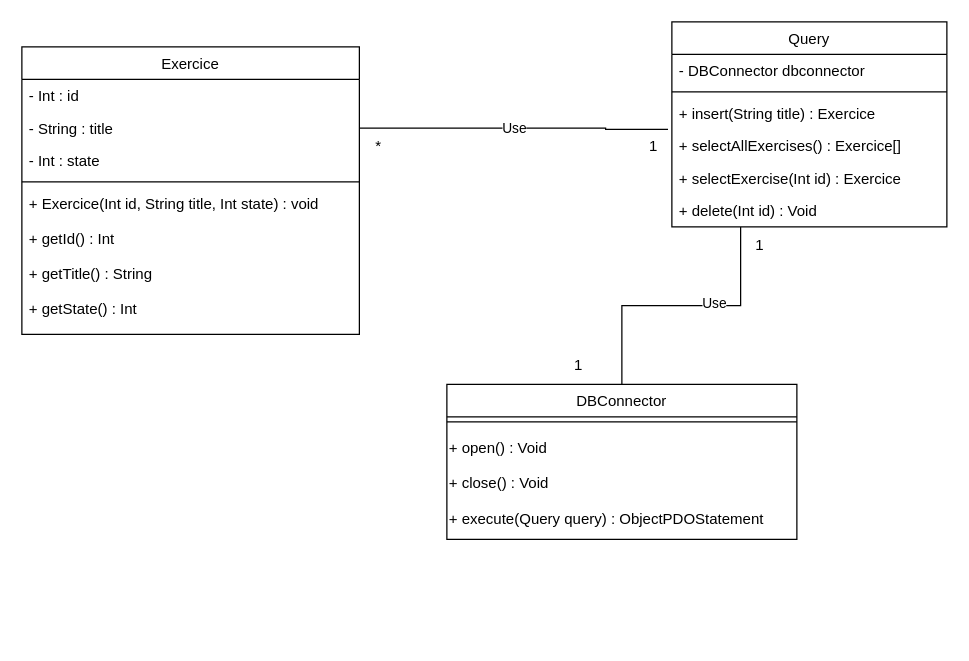
CPNV-ES/MAW1.1-JLR-JBD keeps this draw.io diagram as Documentation/DiagrammeClasse_JBD.drawio. Above is the earlier version. Source tidied: cells renumbered, new cells numbered last; positions are measured from the earlier drawing's top-left corner, leaving out a move shared by most shapes. Both pictures are drawn from the tidied source at 125%, with x=0, y=0 at pixel (21, 21).
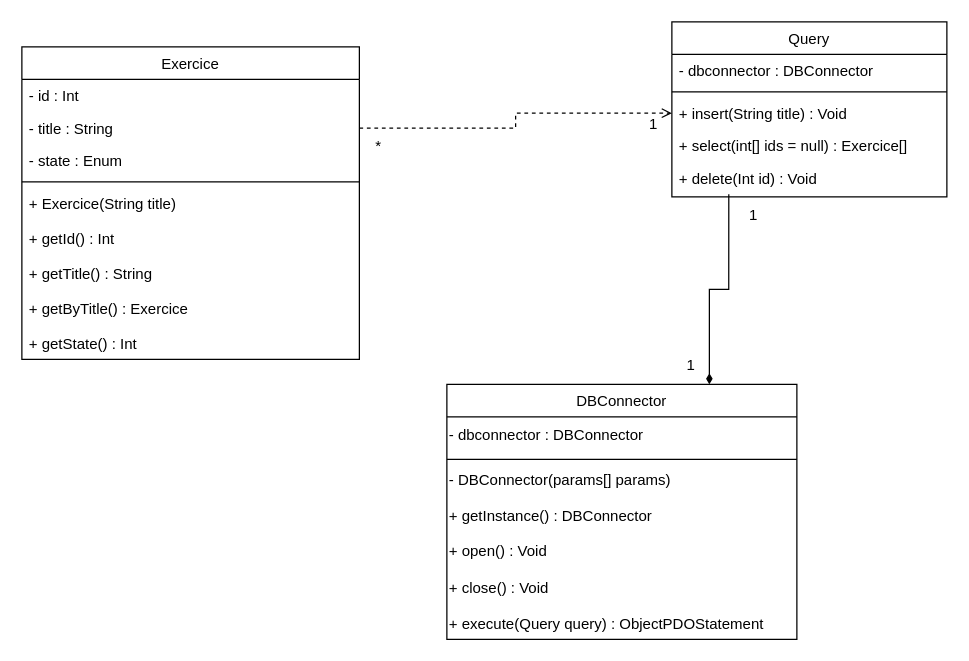
The same diagram, later.

Commit message (it also covers changes not shown here):
Updated Class diagram

Change to the diagram source:
```diff
@@
     <mxCell id="2" value="Exercice" style="swimlane;fontStyle=0;align=center;verticalAlign=top;horizontal=1;startSize=26;rounded=0;shadow=0;strokeWidth=1;" parent="1" vertex="1">
-      <mxGeometry y="20" width="270" height="230" as="geometry" />
+      <mxGeometry y="20" width="270" height="250" as="geometry" />
     </mxCell>
-    <mxCell id="3" value="- Int : id" style="text;align=left;verticalAlign=top;spacingLeft=4;spacingRight=4;overflow=hidden;" parent="2" vertex="1">
+    <mxCell id="3" value="- id : Int" style="text;align=left;verticalAlign=top;spacingLeft=4;spacingRight=4;overflow=hidden;" parent="2" vertex="1">
       <mxGeometry y="26" width="270" height="26" as="geometry" />
     </mxCell>
-    <mxCell id="4" value="- String : title" style="text;align=left;verticalAlign=top;spacingLeft=4;spacingRight=4;overflow=hidden;points=[[0,0.5],[1,0.5]];portConstraint=eastwest;rounded=0;shadow=0;html=0;" parent="2" vertex="1">
+    <mxCell id="4" value="- title : String" style="text;align=left;verticalAlign=top;spacingLeft=4;spacingRight=4;overflow=hidden;points=[[0,0.5],[1,0.5]];portConstraint=eastwest;rounded=0;shadow=0;html=0;" parent="2" vertex="1">
       <mxGeometry y="52" width="270" height="26" as="geometry" />
     </mxCell>
-    <mxCell id="5" value="- Int : state" style="text;align=left;verticalAlign=top;spacingLeft=4;spacingRight=4;overflow=hidden;rounded=0;shadow=0;html=0;" parent="2" vertex="1">
+    <mxCell id="5" value="- state : Enum" style="text;align=left;verticalAlign=top;spacingLeft=4;spacingRight=4;overflow=hidden;rounded=0;shadow=0;html=0;" parent="2" vertex="1">
       <mxGeometry y="78" width="270" height="26" as="geometry" />
     </mxCell>
@@
-    <mxCell id="7" value="+ Exercice(Int id, String title, Int state) : void&#10;&#10;+ getId() : Int&#10;&#10;+ getTitle() : String&#10;&#10;+ getState() : Int &#10;&#10;&#10;" style="text;align=left;verticalAlign=top;spacingLeft=4;spacingRight=4;overflow=hidden;" parent="2" vertex="1">
-      <mxGeometry y="112" width="270" height="118" as="geometry" />
+    <mxCell id="7" value="+ Exercice(String title) &#10;&#10;+ getId() : Int&#10;&#10;+ getTitle() : String&#10;&#10;+ getByTitle() : Exercice&#10;&#10;+ getState() : Int &#10;&#10;&#10;" style="text;align=left;verticalAlign=top;spacingLeft=4;spacingRight=4;overflow=hidden;" parent="2" vertex="1">
+      <mxGeometry y="112" width="270" height="138" as="geometry" />
     </mxCell>
+    <mxCell id="25" style="edgeStyle=orthogonalEdgeStyle;rounded=0;jettySize=auto;html=1;exitX=0.75;exitY=0;exitDx=0;exitDy=0;endArrow=none;endFill=0;startArrow=diamondThin;startFill=1;entryX=0.207;entryY=0.993;entryDx=0;entryDy=0;entryPerimeter=0;" parent="1" edge="1" source="8" target="19">
+      <mxGeometry relative="1" as="geometry" />
+    </mxCell>
     <mxCell id="8" value="DBConnector" style="swimlane;fontStyle=0;align=center;verticalAlign=top;horizontal=1;startSize=26;rounded=0;shadow=0;strokeWidth=1;" parent="1" vertex="1">
-      <mxGeometry x="340" y="290" width="280" height="124" as="geometry" />
+      <mxGeometry x="340" y="290" width="280" height="204" as="geometry" />
     </mxCell>
+    <mxCell id="10" value="- dbconnector : DBConnector" style="text;html=1;align=left;verticalAlign=middle;strokeColor=none;fillColor=none;" parent="8" vertex="1">
+      <mxGeometry y="26" width="280" height="30" as="geometry" />
+    </mxCell>
     <mxCell id="9" style="line;html=1;strokeWidth=1;align=left;verticalAlign=middle;spacingTop=-1;spacingLeft=3;spacingRight=3;labelPosition=right;" parent="8" vertex="1">
-      <mxGeometry y="26" width="280" height="8" as="geometry" />
+      <mxGeometry y="56" width="280" height="8" as="geometry" />
     </mxCell>
-    <mxCell id="10" value="+ open() : Void&lt;br&gt;&lt;br&gt;+ close() : Void&lt;br&gt;&lt;br&gt;+ execute(Query query) : ObjectPDOStatement" style="text;html=1;align=left;verticalAlign=middle;strokeColor=none;fillColor=none;" parent="8" vertex="1">
-      <mxGeometry y="34" width="280" height="90" as="geometry" />
-    </mxCell>
-    <mxCell id="11" style="edgeStyle=orthogonalEdgeStyle;rounded=0;jettySize=auto;html=1;exitX=0.25;exitY=1;exitDx=0;exitDy=0;endArrow=none;endFill=0;" parent="1" edge="1" source="13" target="8">
-      <mxGeometry relative="1" as="geometry" />
-    </mxCell>
-    <mxCell id="12" value="Use" style="edgeLabel;html=1;align=center;verticalAlign=middle;" parent="11" vertex="1">
-      <mxGeometry x="-0.23" y="-3" relative="1" as="geometry" />
-    </mxCell>
+    <mxCell id="26" value="- DBConnector(params[] params)&lt;br&gt;&lt;br&gt;+ getInstance() : DBConnector&lt;br&gt;&lt;br&gt;+ open() : Void&lt;br&gt;&lt;br&gt;+ close() : Void&lt;br&gt;&lt;br&gt;+ execute(Query query) : ObjectPDOStatement" style="text;html=1;align=left;verticalAlign=middle;strokeColor=none;fillColor=none;" parent="8" vertex="1">
+      <mxGeometry y="64" width="280" height="140" as="geometry" />
+    </mxCell>
     <mxCell id="13" value="Query" style="swimlane;fontStyle=0;align=center;verticalAlign=top;horizontal=1;startSize=26;rounded=0;shadow=0;strokeWidth=1;" parent="1" vertex="1">
-      <mxGeometry x="520" width="220" height="164" as="geometry" />
+      <mxGeometry x="520" width="220" height="140" as="geometry" />
     </mxCell>
-    <mxCell id="14" value="- DBConnector dbconnector" style="text;align=left;verticalAlign=top;spacingLeft=4;spacingRight=4;overflow=hidden;" parent="13" vertex="1">
+    <mxCell id="14" value="- dbconnector : DBConnector" style="text;align=left;verticalAlign=top;spacingLeft=4;spacingRight=4;overflow=hidden;" parent="13" vertex="1">
       <mxGeometry y="26" width="220" height="26" as="geometry" />
     </mxCell>
@@
-    <mxCell id="16" value="+ insert(String title) : Exercice" style="text;align=left;verticalAlign=top;spacingLeft=4;spacingRight=4;overflow=hidden;points=[[0,0.5],[1,0.5]];portConstraint=eastwest;" parent="13" vertex="1">
+    <mxCell id="16" value="+ insert(String title) : Void" style="text;align=left;verticalAlign=top;spacingLeft=4;spacingRight=4;overflow=hidden;points=[[0,0.5],[1,0.5]];portConstraint=eastwest;" parent="13" vertex="1">
       <mxGeometry y="60" width="220" height="26" as="geometry" />
     </mxCell>
-    <mxCell id="17" value="+ selectAllExercises() : Exercice[]" style="text;align=left;verticalAlign=top;spacingLeft=4;spacingRight=4;overflow=hidden;points=[[0,0.5],[1,0.5]];portConstraint=eastwest;" parent="13" vertex="1">
+    <mxCell id="17" value="+ select(int[] ids = null) : Exercice[]" style="text;align=left;verticalAlign=top;spacingLeft=4;spacingRight=4;overflow=hidden;points=[[0,0.5],[1,0.5]];portConstraint=eastwest;" parent="13" vertex="1">
       <mxGeometry y="86" width="220" height="26" as="geometry" />
     </mxCell>
-    <mxCell id="18" value="+ selectExercise(Int id) : Exercice" style="text;align=left;verticalAlign=top;spacingLeft=4;spacingRight=4;overflow=hidden;" parent="13" vertex="1">
-      <mxGeometry y="112" width="220" height="26" as="geometry" />
-    </mxCell>
     <mxCell id="19" value="+ delete(Int id) : Void" style="text;align=left;verticalAlign=top;spacingLeft=4;spacingRight=4;overflow=hidden;points=[[0,0.5],[1,0.5]];portConstraint=eastwest;" parent="13" vertex="1">
-      <mxGeometry y="138" width="220" height="26" as="geometry" />
+      <mxGeometry y="112" width="220" height="26" as="geometry" />
     </mxCell>
-    <mxCell id="20" value="Use" style="edgeStyle=orthogonalEdgeStyle;rounded=0;jettySize=auto;html=1;exitX=1;exitY=0.5;exitDx=0;exitDy=0;entryX=-0.014;entryY=0;entryDx=0;entryDy=0;entryPerimeter=0;endArrow=none;endFill=0;" parent="1" edge="1" source="4" target="17">
-      <mxGeometry relative="1" as="geometry">
-        <Array as="points">
-          <mxPoint x="467" y="85" />
-        </Array>
-      </mxGeometry>
-    </mxCell>
     <mxCell id="21" value="1" style="text;html=1;align=center;verticalAlign=middle;strokeColor=none;fillColor=none;" parent="1" vertex="1">
-      <mxGeometry x="490" y="85" width="30" height="30" as="geometry" />
+      <mxGeometry x="490" y="67" width="30" height="30" as="geometry" />
     </mxCell>
@@
     <mxCell id="23" value="1" style="text;html=1;align=center;verticalAlign=middle;strokeColor=none;fillColor=none;" parent="1" vertex="1">
-      <mxGeometry x="575" y="164" width="30" height="30" as="geometry" />
+      <mxGeometry x="570" y="140" width="30" height="30" as="geometry" />
     </mxCell>
     <mxCell id="24" value="1" style="text;html=1;align=center;verticalAlign=middle;strokeColor=none;fillColor=none;" parent="1" vertex="1">
-      <mxGeometry x="430" y="260" width="30" height="30" as="geometry" />
+      <mxGeometry x="520" y="260" width="30" height="30" as="geometry" />
     </mxCell>
+    <mxCell id="27" style="edgeStyle=orthogonalEdgeStyle;rounded=0;jettySize=auto;html=1;exitX=1;exitY=0.5;exitDx=0;exitDy=0;entryX=0;entryY=0.5;entryDx=0;entryDy=0;startArrow=none;startFill=0;endArrow=open;endFill=0;dashed=1;" parent="1" edge="1" source="4" target="16">
+      <mxGeometry relative="1" as="geometry" />
+    </mxCell>
```
